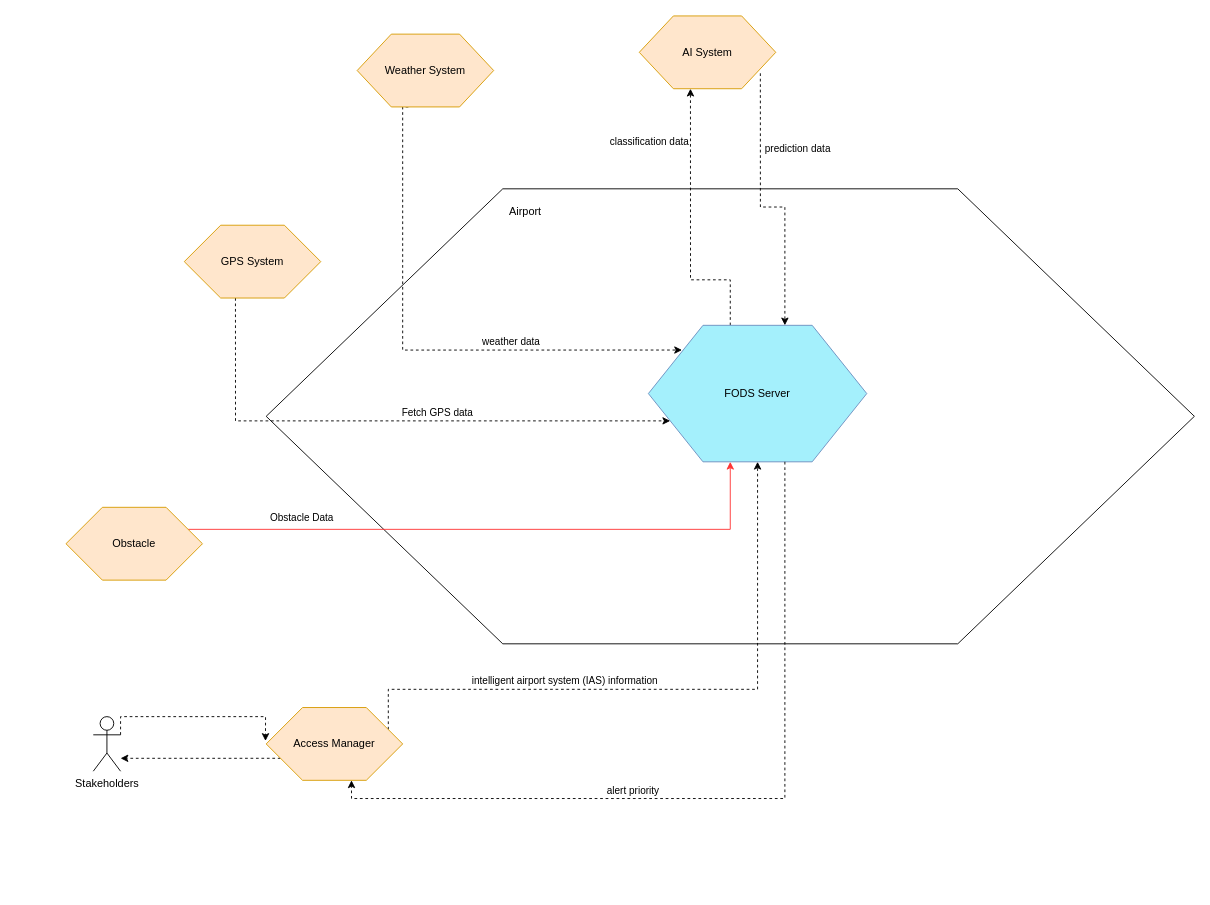
Above: env.drawio in varuneranki/MBSE (draw.io), before the change. Source tidied: cells renumbered, new cells numbered last; positions are measured from the earlier drawing's top-left corner, leaving out a move shared by most shapes. Both pictures are drawn from the tidied source at 91%, with x=0, y=0 at pixel (66, 15).
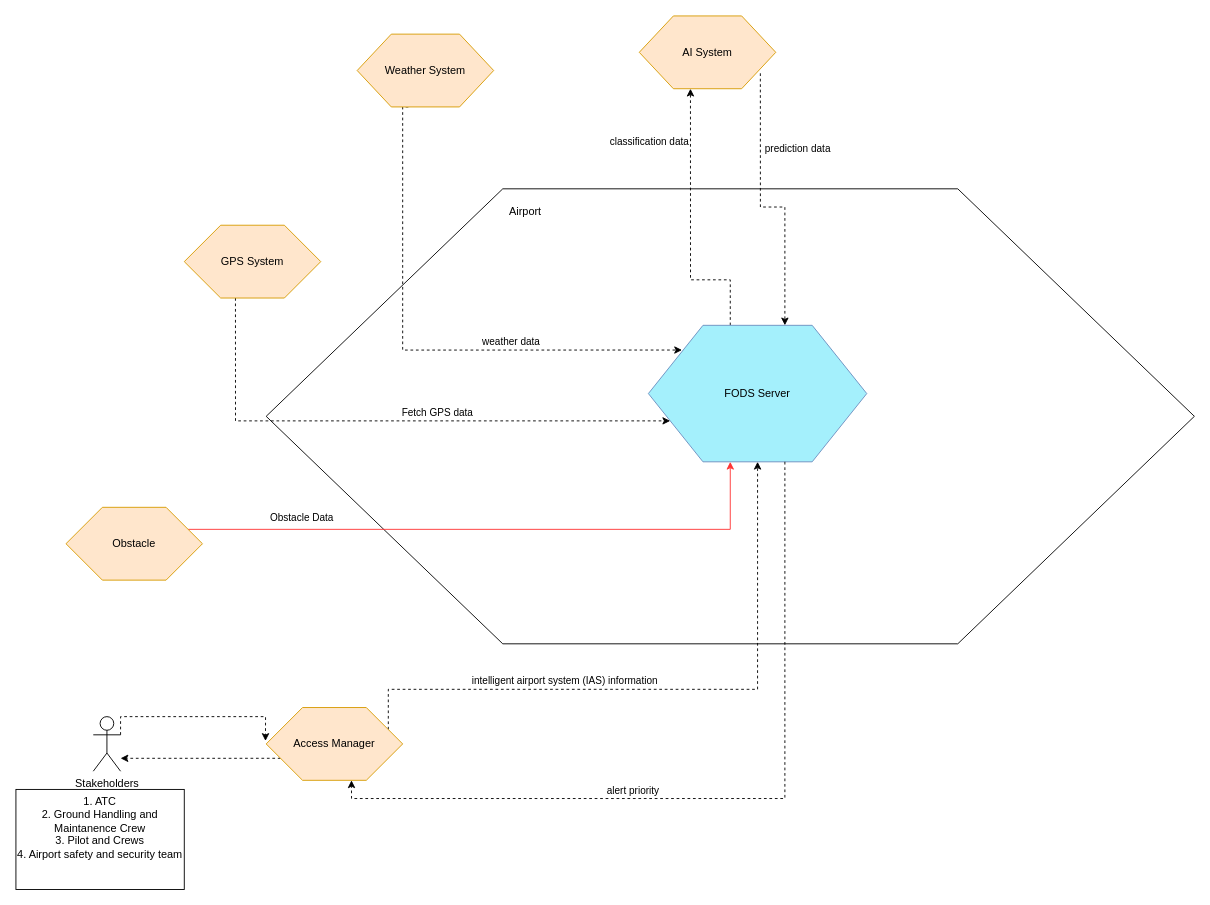
The same page after the edit.

What changed in the source:
```diff
@@
+    <mxCell id="27" value="1. ATC&lt;div&gt;2.&amp;nbsp;&lt;span style=&quot;background-color: initial;&quot;&gt;Ground Handling and Maintanence Crew&lt;/span&gt;&lt;/div&gt;&lt;div&gt;&lt;span style=&quot;background-color: initial;&quot;&gt;3. Pilot and Crews&lt;/span&gt;&lt;/div&gt;&lt;div&gt;&lt;span style=&quot;background-color: initial;&quot;&gt;4. Airport safety and security team&lt;/span&gt;&lt;/div&gt;" style="whiteSpace=wrap;html=1;verticalAlign=top;" parent="1" vertex="1">
+      <mxGeometry x="-55" y="850" width="185" height="110" as="geometry" />
+    </mxCell>
```
